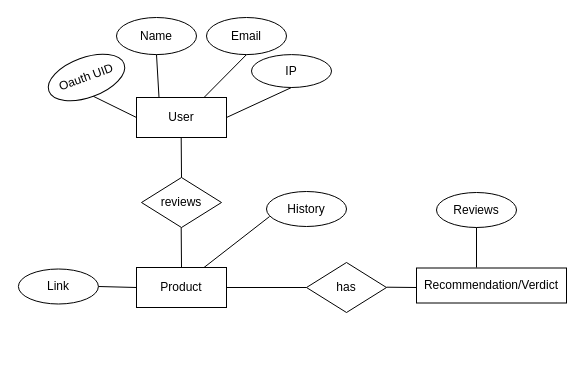
Above: reeview-ER.drawio in aashu-kattel/Sys.-Analysis-Design (draw.io), before the change. Source tidied: cells renumbered, new cells numbered last; positions are measured from the earlier drawing's top-left corner, leaving out a move shared by most shapes. Both pictures are drawn from the tidied source at 100%, with x=0, y=0 at pixel (18, 17).
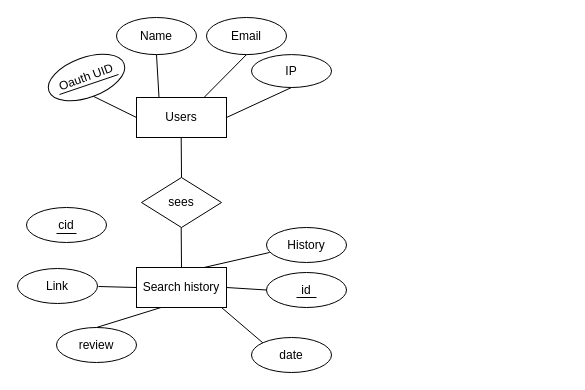
The same diagram, later.

The edit, as a diff of the source:
```diff
@@
-    <mxCell id="2" value="User" style="rounded=0;whiteSpace=wrap;html=1;fillColor=none;" parent="1" vertex="1">
+    <mxCell id="2" value="Users" style="rounded=0;whiteSpace=wrap;html=1;fillColor=none;" parent="1" vertex="1">
       <mxGeometry x="118" y="80" width="90" height="40" as="geometry" />
     </mxCell>
@@
-    <mxCell id="12" value="reviews" style="rhombus;whiteSpace=wrap;html=1;fillColor=none;" parent="1" vertex="1">
+    <mxCell id="12" value="sees" style="rhombus;whiteSpace=wrap;html=1;fillColor=none;" parent="1" vertex="1">
       <mxGeometry x="123" y="160" width="80" height="50" as="geometry" />
     </mxCell>
@@
-    <mxCell id="14" value="Product" style="rounded=0;whiteSpace=wrap;html=1;fillColor=none;" parent="1" vertex="1">
+    <mxCell id="14" value="Search history" style="rounded=0;whiteSpace=wrap;html=1;fillColor=none;" parent="1" vertex="1">
       <mxGeometry x="118" y="250" width="90" height="40" as="geometry" />
     </mxCell>
-    <mxCell id="15" style="endArrow=none;html=1;rounded=0;entryX=0.5;entryY=1;entryDx=0;entryDy=0;exitX=0;exitY=0.5;exitDx=0;exitDy=0;" parent="1" edge="1" source="16">
-      <mxGeometry relative="1" as="geometry">
-        <mxPoint x="208" y="270" as="targetPoint" />
-      </mxGeometry>
-    </mxCell>
-    <mxCell id="16" value="has" style="rhombus;whiteSpace=wrap;html=1;fillColor=none;" parent="1" vertex="1">
-      <mxGeometry x="288" y="245" width="80" height="50" as="geometry" />
-    </mxCell>
-    <mxCell id="17" value="Recommendation/Verdict" style="rounded=0;whiteSpace=wrap;html=1;fillColor=none;" parent="1" vertex="1">
-      <mxGeometry x="398" y="250.5" width="150" height="35" as="geometry" />
-    </mxCell>
-    <mxCell id="18" style="endArrow=none;html=1;rounded=0;entryX=0.5;entryY=1;entryDx=0;entryDy=0;" parent="1" edge="1">
-      <mxGeometry relative="1" as="geometry">
-        <mxPoint x="398" y="270" as="sourcePoint" />
-        <mxPoint x="368" y="269.7" as="targetPoint" />
-      </mxGeometry>
-    </mxCell>
     <mxCell id="19" value="Link" style="ellipse;whiteSpace=wrap;html=1;fillColor=none;rotation=0;" parent="1" vertex="1">
-      <mxGeometry x="-0.1" y="251.5" width="80" height="35" as="geometry" />
+      <mxGeometry x="-1" y="251" width="80" height="35" as="geometry" />
     </mxCell>
@@
-    <mxCell id="21" value="Reviews" style="ellipse;whiteSpace=wrap;html=1;fillColor=none;rotation=0;" parent="1" vertex="1">
-      <mxGeometry x="418" y="175" width="80" height="35" as="geometry" />
-    </mxCell>
-    <mxCell id="22" style="endArrow=none;html=1;rounded=0;entryX=0.5;entryY=1;entryDx=0;entryDy=0;" parent="1" edge="1" target="21">
-      <mxGeometry relative="1" as="geometry">
-        <mxPoint x="458" y="250" as="sourcePoint" />
-      </mxGeometry>
-    </mxCell>
     <mxCell id="23" value="History" style="ellipse;whiteSpace=wrap;html=1;fillColor=none;rotation=0;" parent="1" vertex="1">
-      <mxGeometry x="248" y="174" width="80" height="35" as="geometry" />
+      <mxGeometry x="248" y="210" width="80" height="35" as="geometry" />
     </mxCell>
@@
+    <mxCell id="25" value="id" style="ellipse;whiteSpace=wrap;html=1;fillColor=none;rotation=0;" parent="1" vertex="1">
+      <mxGeometry x="248" y="255" width="80" height="35" as="geometry" />
+    </mxCell>
+    <mxCell id="26" value="date" style="ellipse;whiteSpace=wrap;html=1;fillColor=none;rotation=0;" parent="1" vertex="1">
+      <mxGeometry x="233" y="320" width="80" height="35" as="geometry" />
+    </mxCell>
+    <mxCell id="27" style="endArrow=none;html=1;rounded=0;exitX=0;exitY=0.5;exitDx=0;exitDy=0;" parent="1" edge="1" source="25">
+      <mxGeometry relative="1" as="geometry">
+        <mxPoint x="208" y="270" as="targetPoint" />
+      </mxGeometry>
+    </mxCell>
+    <mxCell id="28" style="endArrow=none;html=1;rounded=0;exitX=0;exitY=0;exitDx=0;exitDy=0;" parent="1" edge="1" source="26">
+      <mxGeometry relative="1" as="geometry">
+        <mxPoint x="203" y="290" as="targetPoint" />
+      </mxGeometry>
+    </mxCell>
+    <mxCell id="29" value="review" style="ellipse;whiteSpace=wrap;html=1;fillColor=none;rotation=0;" parent="1" vertex="1">
+      <mxGeometry x="38" y="310" width="80" height="35" as="geometry" />
+    </mxCell>
+    <mxCell id="30" style="endArrow=none;html=1;rounded=0;exitX=0.5;exitY=0;exitDx=0;exitDy=0;" parent="1" edge="1" source="29">
+      <mxGeometry relative="1" as="geometry">
+        <mxPoint x="142.5" y="290" as="targetPoint" />
+      </mxGeometry>
+    </mxCell>
+    <mxCell id="31" style="endArrow=none;html=1;rounded=0;" parent="1" edge="1">
+      <mxGeometry relative="1" as="geometry">
+        <mxPoint x="100" y="57" as="sourcePoint" />
+        <mxPoint x="41" y="77" as="targetPoint" />
+      </mxGeometry>
+    </mxCell>
+    <mxCell id="32" style="endArrow=none;html=1;rounded=0;" parent="1" edge="1">
+      <mxGeometry relative="1" as="geometry">
+        <mxPoint x="298" y="280" as="sourcePoint" />
+        <mxPoint x="278" y="280" as="targetPoint" />
+      </mxGeometry>
+    </mxCell>
+    <mxCell id="33" value="cid" style="ellipse;whiteSpace=wrap;html=1;fillColor=none;rotation=0;" parent="1" vertex="1">
+      <mxGeometry x="8" y="190" width="80" height="35" as="geometry" />
+    </mxCell>
+    <mxCell id="34" style="endArrow=none;html=1;rounded=0;" parent="1" edge="1">
+      <mxGeometry relative="1" as="geometry">
+        <mxPoint x="58" y="216" as="sourcePoint" />
+        <mxPoint x="38" y="216" as="targetPoint" />
+      </mxGeometry>
+    </mxCell>
```
